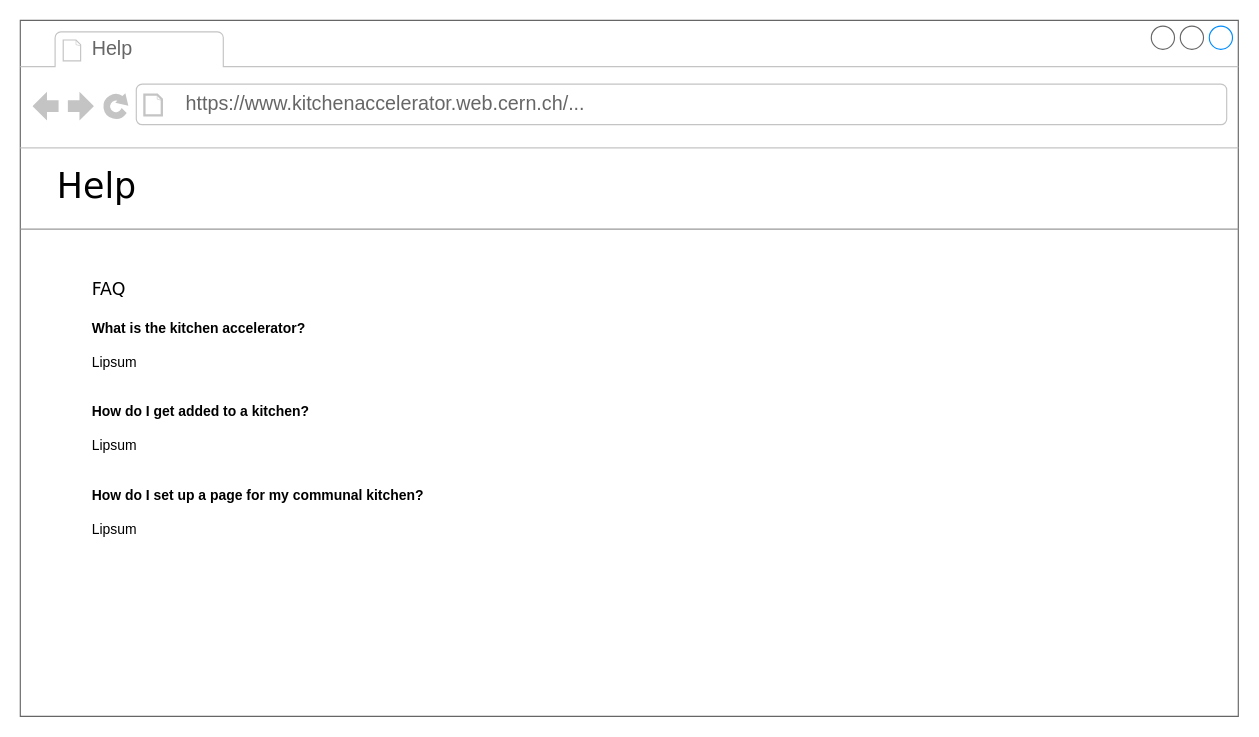
This is page "Help" (3 of 10) of media/wireframes/wireframes.drawio from DEUCE1957/kitchen-accelerator, a draw.io file, before an edit. Source tidied: cells renumbered, new cells numbered last; positions are measured from the earlier drawing's top-left corner, leaving out a move shared by most shapes. Both pictures are drawn from the tidied source at 116%, with x=0, y=0 at pixel (20, 20). Pictures stored in the file or linked from it are replaced by grey dashed boxes.
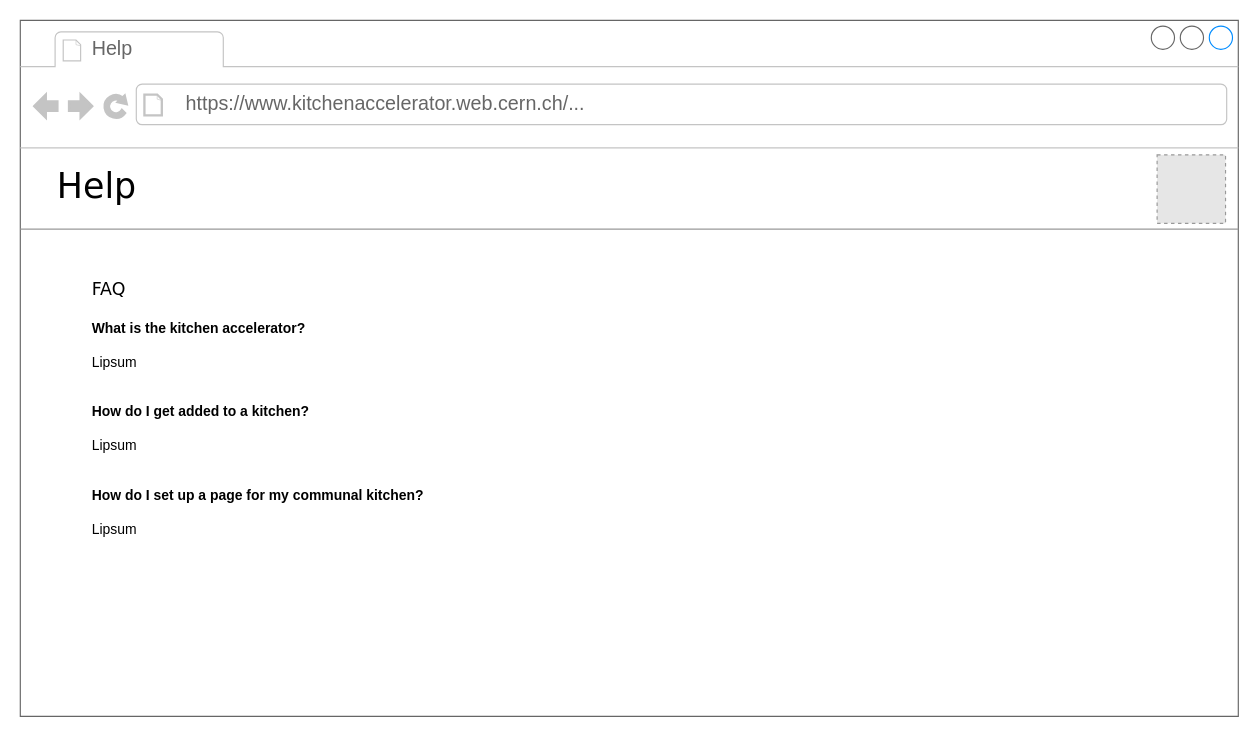
After the change.

What changed in the source:
```diff
@@
 <mxGraphModel background="#ffffff">
   <root>
     <mxCell id="0" />
     <mxCell id="1" parent="0" />
     <mxCell id="2" style="strokeWidth=1;shadow=0;dashed=0;align=center;html=1;shape=mxgraph.mockup.containers.browserWindow;rSize=0;fillColor=#ffffff;strokeColor=#666666;mainText=,;rounded=0;labelBackgroundColor=none;fontFamily=Verdana;fontSize=12;fontColor=#000000;" parent="1" vertex="1">
       <mxGeometry width="1050" height="600" as="geometry" />
     </mxCell>
     <mxCell id="3" value="Help" style="strokeWidth=1;shadow=0;dashed=0;align=center;html=1;shape=mxgraph.mockup.containers.anchor;fontSize=17;fontColor=#666666;align=left;" parent="2" vertex="1">
       <mxGeometry x="60" y="12" width="110" height="26" as="geometry" />
     </mxCell>
     <mxCell id="4" value="https://www.kitchenaccelerator.web.cern.ch/..." style="strokeWidth=1;shadow=0;dashed=0;align=center;html=1;shape=mxgraph.mockup.containers.anchor;rSize=0;fontSize=17;fontColor=#666666;align=left;" parent="2" vertex="1">
       <mxGeometry x="141" y="60" width="369" height="26" as="geometry" />
     </mxCell>
     <mxCell id="5" value="Help&amp;nbsp;" style="text;html=1;align=left;verticalAlign=top;spacingTop=-4;fontSize=30;fontFamily=Verdana;fontColor=#000000;" parent="2" vertex="1">
       <mxGeometry x="30" y="123" width="460" height="50" as="geometry" />
     </mxCell>
     <mxCell id="6" style="verticalLabelPosition=bottom;shadow=0;dashed=0;align=center;html=1;verticalAlign=top;strokeWidth=1;shape=mxgraph.mockup.markup.line;strokeColor=#999999;rounded=0;labelBackgroundColor=none;fillColor=#ffffff;fontFamily=Verdana;fontSize=12;fontColor=#000000;" parent="2" vertex="1">
       <mxGeometry y="170" width="1050" height="20" as="geometry" />
     </mxCell>
     <mxCell id="7" value="FAQ" style="text;html=1;align=left;verticalAlign=top;spacingTop=-4;fontSize=15;fontFamily=Verdana;fontColor=#000000;" parent="1" vertex="1">
       <mxGeometry x="60" y="220" width="170" height="30" as="geometry" />
     </mxCell>
     <mxCell id="8" value="&lt;div&gt;&lt;div&gt;&lt;b&gt;What is the kitchen accelerator?&lt;/b&gt;&lt;/div&gt;&lt;/div&gt;&lt;div&gt;&lt;b&gt;&lt;br&gt;&lt;/b&gt;&lt;/div&gt;&lt;div&gt;Lipsum&lt;/div&gt;&lt;div&gt;&lt;br&gt;&lt;/div&gt;&lt;div&gt;&lt;b&gt;&lt;br&gt;&lt;/b&gt;&lt;/div&gt;&lt;div&gt;&lt;b&gt;How do I get added to a kitchen?&lt;/b&gt;&lt;/div&gt;&lt;div&gt;&lt;b&gt;&lt;br&gt;&lt;/b&gt;&lt;/div&gt;&lt;div&gt;&lt;div&gt;Lipsum&lt;/div&gt;&lt;/div&gt;&lt;div&gt;&lt;br&gt;&lt;/div&gt;&lt;div&gt;&lt;br&gt;&lt;/div&gt;&lt;div&gt;&lt;div&gt;&lt;b&gt;How do I set up a page for my communal kitchen?&lt;/b&gt;&lt;/div&gt;&lt;/div&gt;&lt;div&gt;&lt;b&gt;&lt;br&gt;&lt;/b&gt;&lt;/div&gt;&lt;div&gt;&lt;div&gt;Lipsum&lt;/div&gt;&lt;/div&gt;&lt;div&gt;&lt;br&gt;&lt;/div&gt;&lt;div&gt;&lt;b&gt;&lt;br&gt;&lt;/b&gt;&lt;/div&gt;&lt;div&gt;&lt;br&gt;&lt;/div&gt;&lt;div&gt;&lt;div&gt;&lt;div&gt;&lt;div&gt;&lt;br&gt;&lt;/div&gt;&lt;/div&gt;&lt;/div&gt;&lt;/div&gt;" style="text;spacingTop=-5;fillColor=#ffffff;whiteSpace=wrap;html=1;align=left;fontSize=12;fontFamily=Helvetica;fillColor=none;strokeColor=none;rounded=0;shadow=1;labelBackgroundColor=none;" parent="1" vertex="1">
       <mxGeometry x="60" y="257" width="420" height="240" as="geometry" />
     </mxCell>
+    <mxCell id="9" style="fillColor=#E6E6E6;strokeColor=#999999;dashed=1;verticalLabelPosition=bottom;labelBackgroundColor=#ffffff;verticalAlign=top;" parent="1" vertex="1">
+      <mxGeometry x="980" y="116" width="59" height="59" as="geometry" />
+    </mxCell>
   </root>
 </mxGraphModel>
```
